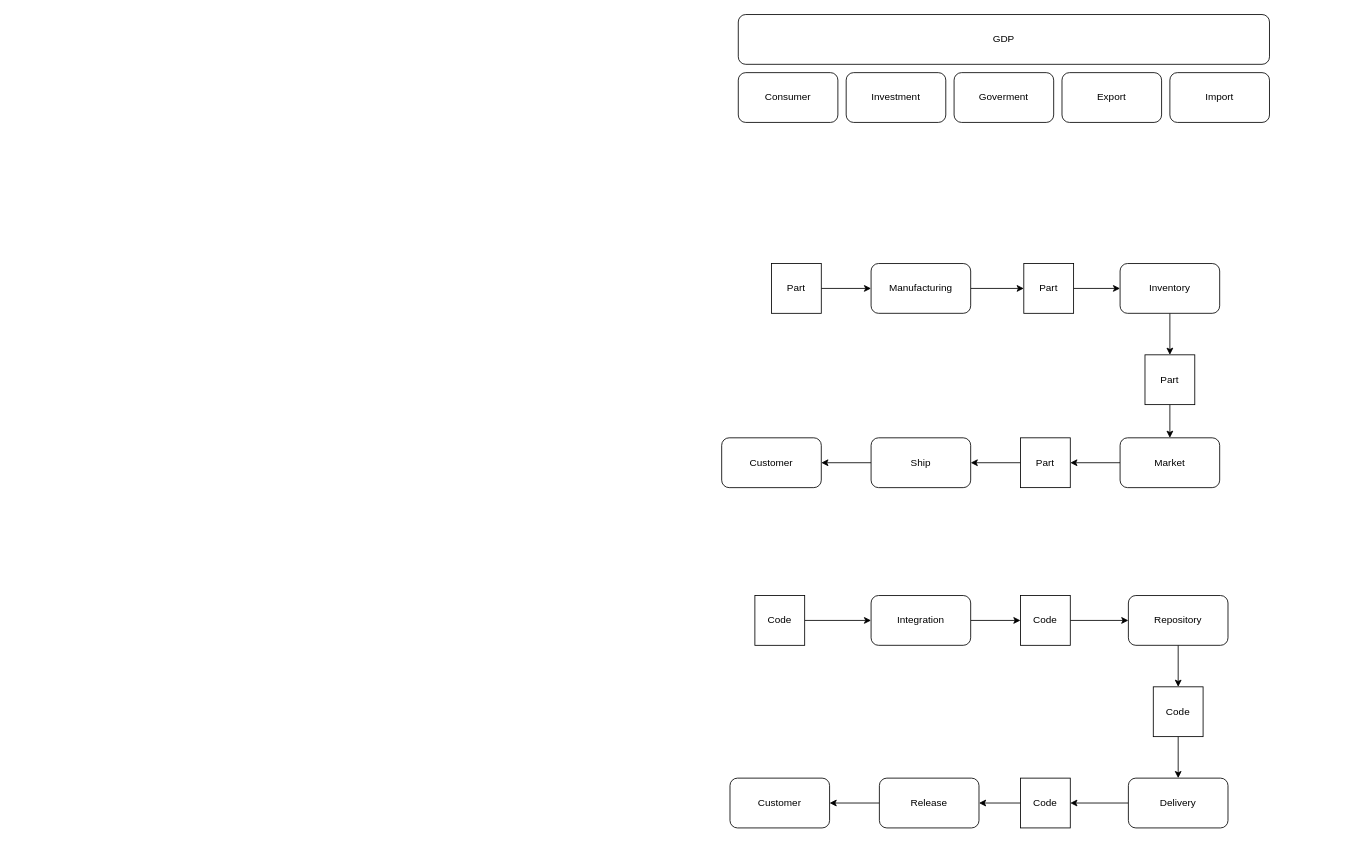
This is economics.drawio from chavp/data-modeling, a draw.io file, before an edit. Source tidied: cells renumbered, new cells numbered last; positions are measured from the earlier drawing's top-left corner, leaving out a move shared by most shapes. Both pictures are drawn from the tidied source at 83%, with x=0, y=0 at pixel (721, 14).
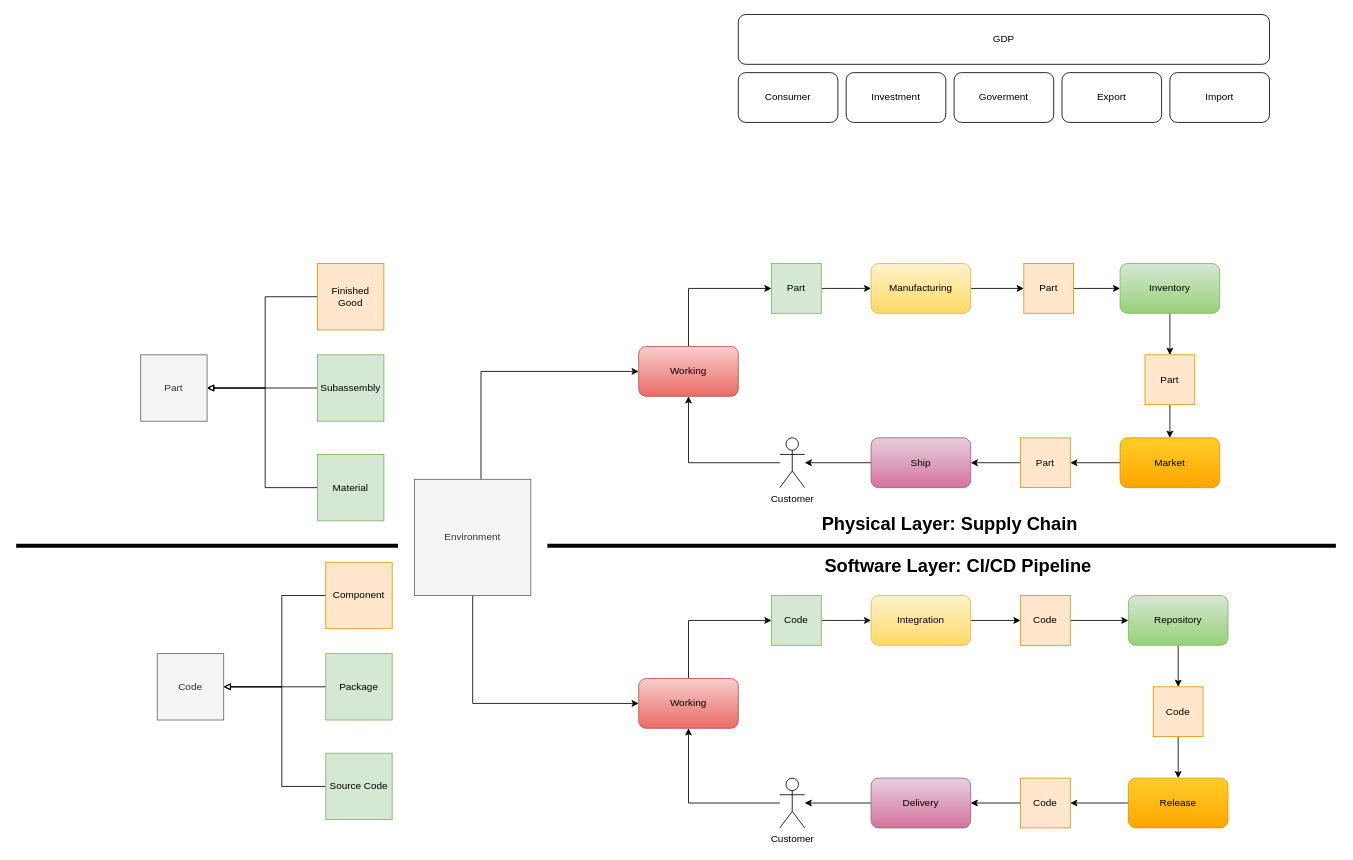
The same diagram, later.

What changed in the source:
```diff
@@
-    <mxCell id="9" value="Part" style="whiteSpace=wrap;html=1;" parent="1" vertex="1">
+    <mxCell id="9" value="Part" style="whiteSpace=wrap;html=1;fillColor=#d5e8d4;strokeColor=#82b366;" parent="1" vertex="1">
       <mxGeometry x="60" y="300" width="60" height="60" as="geometry" />
     </mxCell>
@@
-    <mxCell id="11" value="Manufacturing" style="rounded=1;whiteSpace=wrap;html=1;" parent="1" vertex="1">
+    <mxCell id="11" value="Manufacturing" style="rounded=1;whiteSpace=wrap;html=1;fillColor=#fff2cc;strokeColor=#d6b656;gradientColor=#ffd966;" parent="1" vertex="1">
       <mxGeometry x="180" y="300" width="120" height="60" as="geometry" />
     </mxCell>
@@
-    <mxCell id="13" value="Part" style="whiteSpace=wrap;html=1;" parent="1" vertex="1">
+    <mxCell id="13" value="Part" style="whiteSpace=wrap;html=1;fillColor=#ffe6cc;strokeColor=#d79b00;" parent="1" vertex="1">
       <mxGeometry x="364" y="300" width="60" height="60" as="geometry" />
     </mxCell>
@@
-    <mxCell id="15" value="Inventory" style="rounded=1;whiteSpace=wrap;html=1;" parent="1" vertex="1">
+    <mxCell id="15" value="Inventory" style="rounded=1;whiteSpace=wrap;html=1;fillColor=#d5e8d4;strokeColor=#82b366;gradientColor=#97d077;" parent="1" vertex="1">
       <mxGeometry x="480" y="300" width="120" height="60" as="geometry" />
     </mxCell>
@@
-    <mxCell id="17" value="Market" style="rounded=1;whiteSpace=wrap;html=1;" parent="1" vertex="1">
+    <mxCell id="17" value="Market" style="rounded=1;whiteSpace=wrap;html=1;fillColor=#ffcd28;strokeColor=#d79b00;gradientColor=#ffa500;" parent="1" vertex="1">
       <mxGeometry x="480" y="510" width="120" height="60" as="geometry" />
     </mxCell>
@@
-    <mxCell id="19" value="Part" style="whiteSpace=wrap;html=1;" parent="1" vertex="1">
+    <mxCell id="19" value="Part" style="whiteSpace=wrap;html=1;fillColor=#ffe6cc;strokeColor=#d79b00;" parent="1" vertex="1">
       <mxGeometry x="510" y="410" width="60" height="60" as="geometry" />
     </mxCell>
-    <mxCell id="20" value="Customer" style="rounded=1;whiteSpace=wrap;html=1;" parent="1" vertex="1">
-      <mxGeometry y="510" width="120" height="60" as="geometry" />
-    </mxCell>
-    <mxCell id="21" style="edgeStyle=orthogonalEdgeStyle;rounded=0;jettySize=auto;html=1;" parent="1" edge="1" source="22" target="20">
-      <mxGeometry relative="1" as="geometry" />
-    </mxCell>
+    <mxCell id="42" style="edgeStyle=orthogonalEdgeStyle;rounded=0;jettySize=auto;html=1;" parent="1" edge="1" source="22" target="45">
+      <mxGeometry relative="1" as="geometry" />
+    </mxCell>
-    <mxCell id="22" value="Ship" style="rounded=1;whiteSpace=wrap;html=1;" parent="1" vertex="1">
+    <mxCell id="22" value="Ship" style="rounded=1;whiteSpace=wrap;html=1;fillColor=#e6d0de;strokeColor=#996185;gradientColor=#d5739d;" parent="1" vertex="1">
       <mxGeometry x="180" y="510" width="120" height="60" as="geometry" />
     </mxCell>
@@
-    <mxCell id="24" value="Part" style="whiteSpace=wrap;html=1;" parent="1" vertex="1">
+    <mxCell id="24" value="Part" style="whiteSpace=wrap;html=1;fillColor=#ffe6cc;strokeColor=#d79b00;" parent="1" vertex="1">
       <mxGeometry x="360" y="510" width="60" height="60" as="geometry" />
     </mxCell>
@@
-    <mxCell id="26" value="Code" style="whiteSpace=wrap;html=1;" parent="1" vertex="1">
-      <mxGeometry x="40" y="700" width="60" height="60" as="geometry" />
+    <mxCell id="26" value="Code" style="whiteSpace=wrap;html=1;fillColor=#d5e8d4;strokeColor=#82b366;" parent="1" vertex="1">
+      <mxGeometry x="60" y="700" width="60" height="60" as="geometry" />
     </mxCell>
@@
-    <mxCell id="28" value="Integration" style="rounded=1;whiteSpace=wrap;html=1;" parent="1" vertex="1">
+    <mxCell id="28" value="Integration" style="rounded=1;whiteSpace=wrap;html=1;fillColor=#fff2cc;strokeColor=#d6b656;gradientColor=#ffd966;" parent="1" vertex="1">
       <mxGeometry x="180" y="700" width="120" height="60" as="geometry" />
     </mxCell>
@@
-    <mxCell id="30" value="Code" style="whiteSpace=wrap;html=1;" parent="1" vertex="1">
+    <mxCell id="30" value="Code" style="whiteSpace=wrap;html=1;fillColor=#ffe6cc;strokeColor=#d79b00;" parent="1" vertex="1">
       <mxGeometry x="360" y="700" width="60" height="60" as="geometry" />
     </mxCell>
@@
-    <mxCell id="32" value="Repository" style="rounded=1;whiteSpace=wrap;html=1;" parent="1" vertex="1">
+    <mxCell id="32" value="Repository" style="rounded=1;whiteSpace=wrap;html=1;fillColor=#d5e8d4;strokeColor=#82b366;gradientColor=#97d077;" parent="1" vertex="1">
       <mxGeometry x="490" y="700" width="120" height="60" as="geometry" />
     </mxCell>
-    <mxCell id="33" style="edgeStyle=orthogonalEdgeStyle;rounded=0;jettySize=auto;html=1;" parent="1" edge="1" source="34" target="41">
-      <mxGeometry relative="1" as="geometry" />
-    </mxCell>
+    <mxCell id="43" style="edgeStyle=orthogonalEdgeStyle;rounded=0;jettySize=auto;html=1;" parent="1" edge="1" source="34" target="47">
+      <mxGeometry relative="1" as="geometry" />
+    </mxCell>
-    <mxCell id="34" value="Release" style="rounded=1;whiteSpace=wrap;html=1;" parent="1" vertex="1">
-      <mxGeometry x="190" y="920" width="120" height="60" as="geometry" />
+    <mxCell id="34" value="Delivery" style="rounded=1;whiteSpace=wrap;html=1;fillColor=#e6d0de;strokeColor=#996185;gradientColor=#d5739d;" parent="1" vertex="1">
+      <mxGeometry x="180" y="920" width="120" height="60" as="geometry" />
     </mxCell>
@@
-    <mxCell id="36" value="Delivery" style="rounded=1;whiteSpace=wrap;html=1;" parent="1" vertex="1">
+    <mxCell id="36" value="Release" style="rounded=1;whiteSpace=wrap;html=1;fillColor=#ffcd28;strokeColor=#d79b00;gradientColor=#ffa500;" parent="1" vertex="1">
       <mxGeometry x="490" y="920" width="120" height="60" as="geometry" />
     </mxCell>
@@
-    <mxCell id="38" value="Code" style="whiteSpace=wrap;html=1;" parent="1" vertex="1">
+    <mxCell id="38" value="Code" style="whiteSpace=wrap;html=1;fillColor=#ffe6cc;strokeColor=#d79b00;" parent="1" vertex="1">
       <mxGeometry x="360" y="920" width="60" height="60" as="geometry" />
     </mxCell>
@@
-    <mxCell id="40" value="Code" style="whiteSpace=wrap;html=1;" parent="1" vertex="1">
+    <mxCell id="40" value="Code" style="whiteSpace=wrap;html=1;fillColor=#ffe6cc;strokeColor=#d79b00;" parent="1" vertex="1">
       <mxGeometry x="520" y="810" width="60" height="60" as="geometry" />
     </mxCell>
-    <mxCell id="41" value="Customer" style="rounded=1;whiteSpace=wrap;html=1;" parent="1" vertex="1">
-      <mxGeometry x="10" y="920" width="120" height="60" as="geometry" />
-    </mxCell>
+    <mxCell id="44" style="edgeStyle=orthogonalEdgeStyle;rounded=0;jettySize=auto;html=1;" parent="1" edge="1" source="45" target="49">
+      <mxGeometry relative="1" as="geometry" />
+    </mxCell>
+    <mxCell id="45" value="Customer" style="shape=umlActor;verticalLabelPosition=bottom;verticalAlign=top;html=1;outlineConnect=0;" parent="1" vertex="1">
+      <mxGeometry x="70" y="510" width="30" height="60" as="geometry" />
+    </mxCell>
+    <mxCell id="46" style="edgeStyle=orthogonalEdgeStyle;rounded=0;jettySize=auto;html=1;" parent="1" edge="1" source="47" target="51">
+      <mxGeometry relative="1" as="geometry" />
+    </mxCell>
+    <mxCell id="47" value="Customer" style="shape=umlActor;verticalLabelPosition=bottom;verticalAlign=top;html=1;outlineConnect=0;" parent="1" vertex="1">
+      <mxGeometry x="70" y="920" width="30" height="60" as="geometry" />
+    </mxCell>
+    <mxCell id="48" style="edgeStyle=orthogonalEdgeStyle;rounded=0;jettySize=auto;html=1;" parent="1" edge="1" source="49" target="9">
+      <mxGeometry relative="1" as="geometry">
+        <Array as="points">
+          <mxPoint x="-40" y="330" />
+        </Array>
+      </mxGeometry>
+    </mxCell>
+    <mxCell id="49" value="Working" style="rounded=1;whiteSpace=wrap;html=1;fillColor=#f8cecc;strokeColor=#b85450;gradientColor=#ea6b66;" parent="1" vertex="1">
+      <mxGeometry x="-100" y="400" width="120" height="60" as="geometry" />
+    </mxCell>
+    <mxCell id="50" style="edgeStyle=orthogonalEdgeStyle;rounded=0;jettySize=auto;html=1;" parent="1" edge="1" source="51" target="26">
+      <mxGeometry relative="1" as="geometry">
+        <Array as="points">
+          <mxPoint x="-40" y="730" />
+        </Array>
+      </mxGeometry>
+    </mxCell>
+    <mxCell id="51" value="Working" style="rounded=1;whiteSpace=wrap;html=1;fillColor=#f8cecc;strokeColor=#b85450;gradientColor=#ea6b66;" parent="1" vertex="1">
+      <mxGeometry x="-100" y="800" width="120" height="60" as="geometry" />
+    </mxCell>
+    <mxCell id="52" style="edgeStyle=orthogonalEdgeStyle;rounded=0;jettySize=auto;html=1;" parent="1" edge="1" source="54" target="49">
+      <mxGeometry relative="1" as="geometry">
+        <Array as="points">
+          <mxPoint x="-290" y="430" />
+        </Array>
+      </mxGeometry>
+    </mxCell>
+    <mxCell id="53" style="edgeStyle=orthogonalEdgeStyle;rounded=0;jettySize=auto;html=1;" parent="1" edge="1" source="54" target="51">
+      <mxGeometry relative="1" as="geometry">
+        <Array as="points">
+          <mxPoint x="-300" y="830" />
+        </Array>
+      </mxGeometry>
+    </mxCell>
+    <mxCell id="54" value="Environment" style="whiteSpace=wrap;html=1;fillColor=#f5f5f5;fontColor=#333333;strokeColor=#666666;" parent="1" vertex="1">
+      <mxGeometry x="-370" y="560" width="140" height="140" as="geometry" />
+    </mxCell>
+    <mxCell id="55" value="Code" style="whiteSpace=wrap;html=1;fillColor=#f5f5f5;fontColor=#333333;strokeColor=#666666;" parent="1" vertex="1">
+      <mxGeometry x="-680" y="770" width="80" height="80" as="geometry" />
+    </mxCell>
+    <mxCell id="56" style="edgeStyle=orthogonalEdgeStyle;rounded=0;jettySize=auto;html=1;endArrow=block;endFill=0;" parent="1" edge="1" source="57" target="55">
+      <mxGeometry relative="1" as="geometry">
+        <Array as="points">
+          <mxPoint x="-530" y="700" />
+          <mxPoint x="-530" y="810" />
+        </Array>
+      </mxGeometry>
+    </mxCell>
+    <mxCell id="57" value="Component" style="whiteSpace=wrap;html=1;fillColor=#ffe6cc;strokeColor=#d79b00;" parent="1" vertex="1">
+      <mxGeometry x="-477" y="660" width="80" height="80" as="geometry" />
+    </mxCell>
+    <mxCell id="58" style="edgeStyle=orthogonalEdgeStyle;rounded=0;jettySize=auto;html=1;endArrow=block;endFill=0;" parent="1" edge="1" source="59" target="55">
+      <mxGeometry relative="1" as="geometry" />
+    </mxCell>
+    <mxCell id="59" value="Package" style="whiteSpace=wrap;html=1;fillColor=#d5e8d4;strokeColor=#82b366;" parent="1" vertex="1">
+      <mxGeometry x="-477" y="770" width="80" height="80" as="geometry" />
+    </mxCell>
+    <mxCell id="60" style="edgeStyle=orthogonalEdgeStyle;rounded=0;jettySize=auto;html=1;endArrow=block;endFill=0;" parent="1" edge="1" source="61" target="55">
+      <mxGeometry relative="1" as="geometry">
+        <Array as="points">
+          <mxPoint x="-530" y="930" />
+          <mxPoint x="-530" y="810" />
+        </Array>
+      </mxGeometry>
+    </mxCell>
+    <mxCell id="61" value="Source Code" style="whiteSpace=wrap;html=1;fillColor=#d5e8d4;strokeColor=#82b366;" parent="1" vertex="1">
+      <mxGeometry x="-477" y="890" width="80" height="80" as="geometry" />
+    </mxCell>
+    <mxCell id="62" value="Part" style="whiteSpace=wrap;html=1;fillColor=#f5f5f5;fontColor=#333333;strokeColor=#666666;" parent="1" vertex="1">
+      <mxGeometry x="-700" y="410" width="80" height="80" as="geometry" />
+    </mxCell>
+    <mxCell id="63" style="edgeStyle=orthogonalEdgeStyle;rounded=0;jettySize=auto;html=1;endArrow=block;endFill=0;" parent="1" edge="1" source="64" target="62">
+      <mxGeometry relative="1" as="geometry">
+        <Array as="points">
+          <mxPoint x="-550" y="340" />
+          <mxPoint x="-550" y="450" />
+        </Array>
+      </mxGeometry>
+    </mxCell>
+    <mxCell id="64" value="Finished Good" style="whiteSpace=wrap;html=1;fillColor=#ffe6cc;strokeColor=#d79b00;" parent="1" vertex="1">
+      <mxGeometry x="-487" y="300" width="80" height="80" as="geometry" />
+    </mxCell>
+    <mxCell id="65" style="edgeStyle=orthogonalEdgeStyle;rounded=0;jettySize=auto;html=1;endArrow=block;endFill=0;" parent="1" edge="1" source="66" target="62">
+      <mxGeometry relative="1" as="geometry" />
+    </mxCell>
+    <mxCell id="66" value="Subassembly" style="whiteSpace=wrap;html=1;fillColor=#d5e8d4;strokeColor=#82b366;" parent="1" vertex="1">
+      <mxGeometry x="-487" y="410" width="80" height="80" as="geometry" />
+    </mxCell>
+    <mxCell id="67" style="edgeStyle=orthogonalEdgeStyle;rounded=0;jettySize=auto;html=1;endArrow=block;endFill=0;" parent="1" edge="1" source="68" target="62">
+      <mxGeometry relative="1" as="geometry">
+        <Array as="points">
+          <mxPoint x="-550" y="570" />
+          <mxPoint x="-550" y="450" />
+        </Array>
+      </mxGeometry>
+    </mxCell>
+    <mxCell id="68" value="Material" style="whiteSpace=wrap;html=1;fillColor=#d5e8d4;strokeColor=#82b366;" parent="1" vertex="1">
+      <mxGeometry x="-487" y="530" width="80" height="80" as="geometry" />
+    </mxCell>
+    <mxCell id="69" style="endArrow=none;html=1;rounded=0;strokeWidth=5;" parent="1" edge="1">
+      <mxGeometry relative="1" as="geometry">
+        <mxPoint x="-210" y="640" as="sourcePoint" />
+        <mxPoint x="740" y="640" as="targetPoint" />
+      </mxGeometry>
+    </mxCell>
+    <mxCell id="70" value="Physical Layer: Supply Chain" style="text;html=1;align=center;verticalAlign=middle;whiteSpace=wrap;rounded=0;fontSize=22;fontStyle=1;" parent="1" vertex="1">
+      <mxGeometry x="40" y="600" width="470" height="30" as="geometry" />
+    </mxCell>
+    <mxCell id="71" value="Software Layer: CI/CD Pipeline" style="text;html=1;align=center;verticalAlign=middle;whiteSpace=wrap;rounded=0;fontSize=22;fontStyle=1;" parent="1" vertex="1">
+      <mxGeometry x="50" y="650" width="470" height="30" as="geometry" />
+    </mxCell>
+    <mxCell id="72" style="endArrow=none;html=1;rounded=0;strokeWidth=5;" parent="1" edge="1">
+      <mxGeometry relative="1" as="geometry">
+        <mxPoint x="-850" y="640" as="sourcePoint" />
+        <mxPoint x="-390" y="640" as="targetPoint" />
+      </mxGeometry>
+    </mxCell>
```
